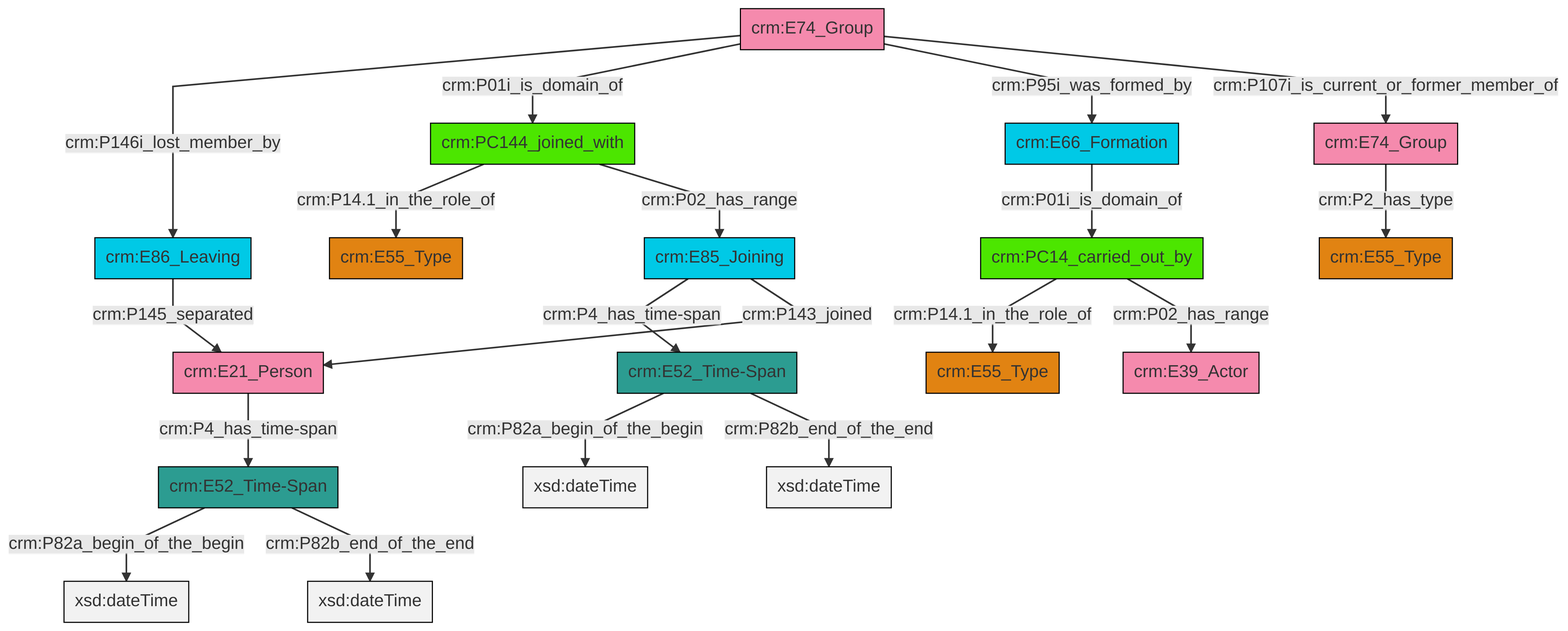
Before: et/groupCSV/ttl/mmd/png/group_actor_relations.png, a diagram exported from Mermaid (swiss-art-research-net/reference-data-models). Its source is kept beside it as et/groupCSV/ttl/mmd/group_actor_relations.ttl.mmd.
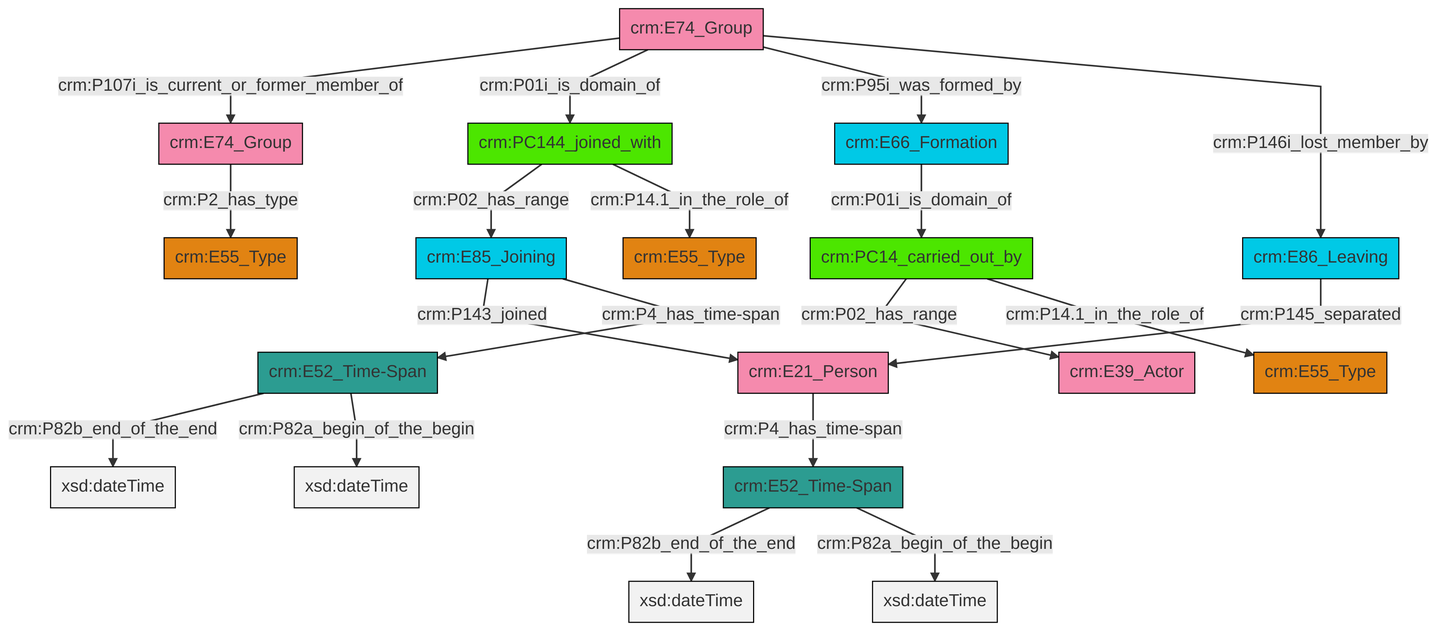
The same file after the commit.

The edit, as a diff of the source:
```diff
@@ -13,21 +13,21 @@
 classDef PC_Classes fill:#4ce600, stroke:#000000;
 classDef Multi fill:#cccccc,stroke:#000000;
 
-8["crm:E74_Group"]:::Actor -->|crm:P146i_lost_member_by| 9["crm:E86_Leaving"]:::Temporal_Entity
-4["crm:E74_Group"]:::Actor -->|crm:P2_has_type| 10["crm:E55_Type"]:::Type
-2["crm:E85_Joining"]:::Temporal_Entity -->|crm:P4_has_time-span| 12["crm:E52_Time-Span"]:::Time-Span
-12["crm:E52_Time-Span"]:::Time-Span -->|crm:P82a_begin_of_the_begin| 13[xsd:dateTime]:::Literal
-14["crm:PC14_carried_out_by"]:::PC_Classes -->|crm:P14.1_in_the_role_of| 0["crm:E55_Type"]:::Type
-15["crm:PC144_joined_with"]:::PC_Classes -->|crm:P14.1_in_the_role_of| 17["crm:E55_Type"]:::Type
-9["crm:E86_Leaving"]:::Temporal_Entity -->|crm:P145_separated| 6["crm:E21_Person"]:::Actor
-14["crm:PC14_carried_out_by"]:::PC_Classes -->|crm:P02_has_range| 23["crm:E39_Actor"]:::Actor
-25["crm:E52_Time-Span"]:::Time-Span -->|crm:P82a_begin_of_the_begin| 26[xsd:dateTime]:::Literal
-8["crm:E74_Group"]:::Actor -->|crm:P01i_is_domain_of| 15["crm:PC144_joined_with"]:::PC_Classes
-15["crm:PC144_joined_with"]:::PC_Classes -->|crm:P02_has_range| 2["crm:E85_Joining"]:::Temporal_Entity
-6["crm:E21_Person"]:::Actor -->|crm:P4_has_time-span| 25["crm:E52_Time-Span"]:::Time-Span
-8["crm:E74_Group"]:::Actor -->|crm:P95i_was_formed_by| 19["crm:E66_Formation"]:::Temporal_Entity
-19["crm:E66_Formation"]:::Temporal_Entity -->|crm:P01i_is_domain_of| 14["crm:PC14_carried_out_by"]:::PC_Classes
-25["crm:E52_Time-Span"]:::Time-Span -->|crm:P82b_end_of_the_end| 29[xsd:dateTime]:::Literal
-2["crm:E85_Joining"]:::Temporal_Entity -->|crm:P143_joined| 6["crm:E21_Person"]:::Actor
-8["crm:E74_Group"]:::Actor -->|crm:P107i_is_current_or_former_member_of| 4["crm:E74_Group"]:::Actor
-12["crm:E52_Time-Span"]:::Time-Span -->|crm:P82b_end_of_the_end| 32[xsd:dateTime]:::Literal
+4["crm:PC14_carried_out_by"]:::PC_Classes -->|crm:P02_has_range| 5["crm:E39_Actor"]:::Actor
+8["crm:E52_Time-Span"]:::Time-Span -->|crm:P82b_end_of_the_end| 9[xsd:dateTime]:::Literal
+11["crm:E74_Group"]:::Actor -->|crm:P107i_is_current_or_former_member_of| 12["crm:E74_Group"]:::Actor
+11["crm:E74_Group"]:::Actor -->|crm:P01i_is_domain_of| 13["crm:PC144_joined_with"]:::PC_Classes
+13["crm:PC144_joined_with"]:::PC_Classes -->|crm:P02_has_range| 14["crm:E85_Joining"]:::Temporal_Entity
+14["crm:E85_Joining"]:::Temporal_Entity -->|crm:P143_joined| 2["crm:E21_Person"]:::Actor
+16["crm:E52_Time-Span"]:::Time-Span -->|crm:P82b_end_of_the_end| 17[xsd:dateTime]:::Literal
+8["crm:E52_Time-Span"]:::Time-Span -->|crm:P82a_begin_of_the_begin| 20[xsd:dateTime]:::Literal
+6["crm:E66_Formation"]:::Temporal_Entity -->|crm:P01i_is_domain_of| 4["crm:PC14_carried_out_by"]:::PC_Classes
+14["crm:E85_Joining"]:::Temporal_Entity -->|crm:P4_has_time-span| 8["crm:E52_Time-Span"]:::Time-Span
+11["crm:E74_Group"]:::Actor -->|crm:P95i_was_formed_by| 6["crm:E66_Formation"]:::Temporal_Entity
+16["crm:E52_Time-Span"]:::Time-Span -->|crm:P82a_begin_of_the_begin| 27[xsd:dateTime]:::Literal
+13["crm:PC144_joined_with"]:::PC_Classes -->|crm:P14.1_in_the_role_of| 22["crm:E55_Type"]:::Type
+0["crm:E86_Leaving"]:::Temporal_Entity -->|crm:P145_separated| 2["crm:E21_Person"]:::Actor
+2["crm:E21_Person"]:::Actor -->|crm:P4_has_time-span| 16["crm:E52_Time-Span"]:::Time-Span
+12["crm:E74_Group"]:::Actor -->|crm:P2_has_type| 18["crm:E55_Type"]:::Type
+11["crm:E74_Group"]:::Actor -->|crm:P146i_lost_member_by| 0["crm:E86_Leaving"]:::Temporal_Entity
+4["crm:PC14_carried_out_by"]:::PC_Classes -->|crm:P14.1_in_the_role_of| 24["crm:E55_Type"]:::Type
```
